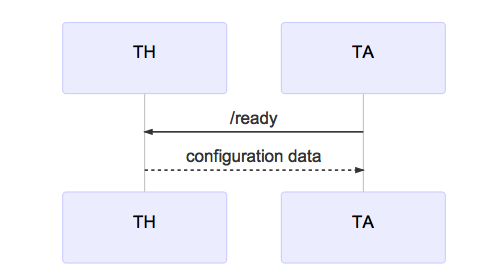
The Mermaid diagram documents/sequences/cp3.mmd.png in cmu-mars/cmu-robotics, before a commit. Its source is kept beside it as documents/sequences/cp3.mmd. The source it was exported from:
```mermaid
sequenceDiagram
	participant TH
	participant TA

	TA ->> TH: /ready
	TH -->> TA: configuration data
```
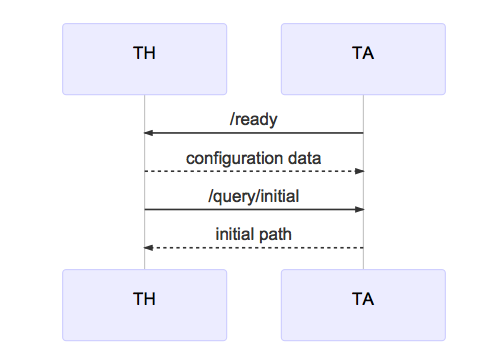
After the change.

Commit message:
scraps before doing a branch op

Diff of the diagram source:
```diff
@@ -4,3 +4,5 @@
 
 	TA ->> TH: /ready
 	TH -->> TA: configuration data
+	TH ->> TA: /query/initial
+	TA -->> TH: initial path info
```
